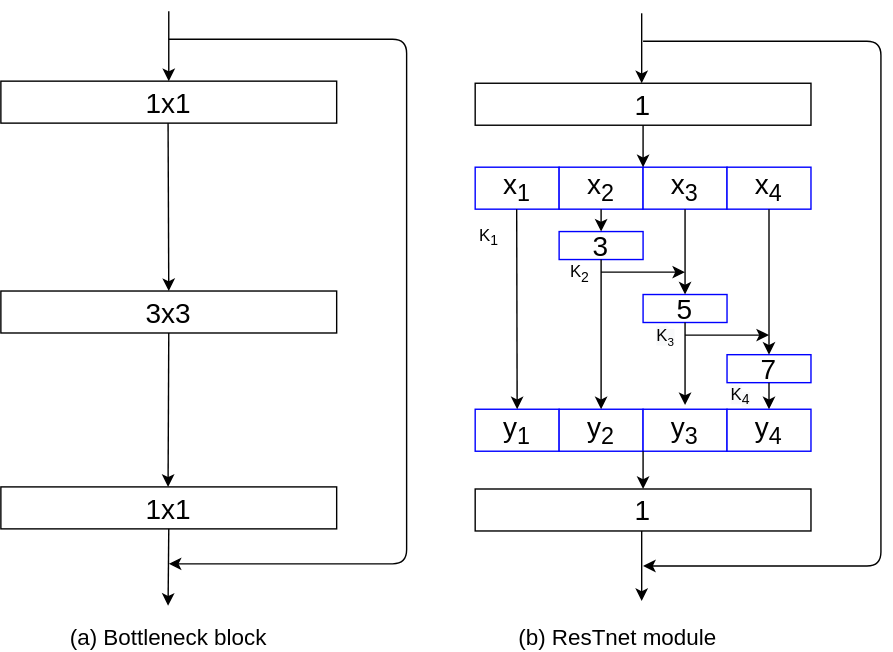
Above: littlepaper/图2 ResTnet结构图.svg in wangxinzhi0/draw.io (draw.io), before the change. Source tidied: cells renumbered, new cells last; positions are measured from the earlier drawing's top-left corner, leaving out a move shared by most shapes.
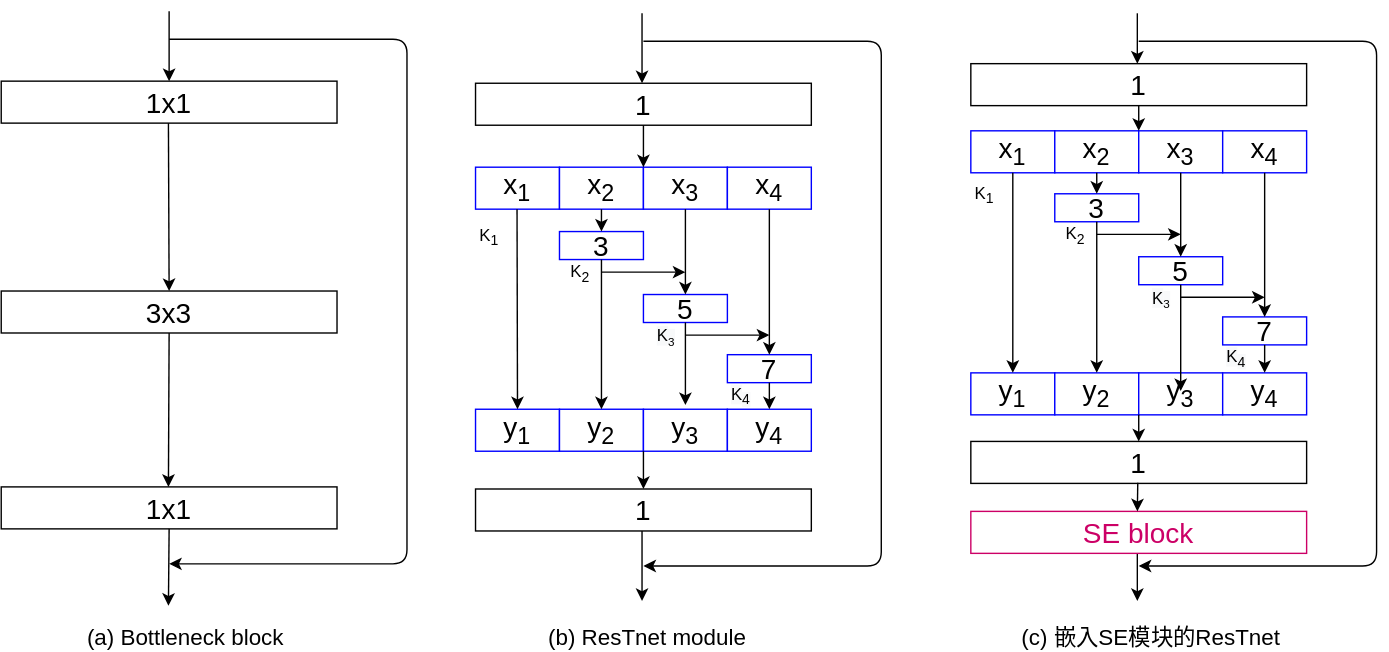
Later version of the same file.

The edit, as a diff of the source:
```diff
@@ -163,10 +163,136 @@
       <mxGeometry x="329" y="152" width="40" height="20" as="geometry" />
     </mxCell>
     <mxCell id="41" value="(a) Bottleneck block" style="text;html=1;strokeColor=none;fillColor=none;align=center;verticalAlign=middle;whiteSpace=wrap;rounded=0;fontSize=16;" parent="1" vertex="1">
-      <mxGeometry x="41" y="438" width="158" height="20" as="geometry" />
+      <mxGeometry x="53" y="438" width="158" height="20" as="geometry" />
     </mxCell>
     <mxCell id="42" value="(b) ResTnet module" style="text;html=1;strokeColor=none;fillColor=none;align=center;verticalAlign=middle;whiteSpace=wrap;rounded=0;fontSize=16;" parent="1" vertex="1">
-      <mxGeometry x="362" y="438" width="158" height="20" as="geometry" />
+      <mxGeometry x="383" y="438" width="158" height="20" as="geometry" />
     </mxCell>
+    <mxCell id="43" value="&lt;font style=&quot;font-size: 20px&quot;&gt;1&lt;/font&gt;" style="rounded=0;whiteSpace=wrap;html=1;" parent="1" vertex="1">
+      <mxGeometry x="693" y="38" width="240" height="30" as="geometry" />
+    </mxCell>
+    <mxCell id="44" value="&lt;font style=&quot;font-size: 20px&quot;&gt;1&lt;/font&gt;" style="rounded=0;whiteSpace=wrap;html=1;" parent="1" vertex="1">
+      <mxGeometry x="693" y="308" width="240" height="30" as="geometry" />
+    </mxCell>
+    <mxCell id="45" value="&lt;span style=&quot;font-size: 20px&quot;&gt;x&lt;sub&gt;1&lt;/sub&gt;&lt;/span&gt;" style="rounded=0;whiteSpace=wrap;html=1;strokeColor=#0000FF;" parent="1" vertex="1">
+      <mxGeometry x="693" y="86" width="60" height="30" as="geometry" />
+    </mxCell>
+    <mxCell id="46" value="&lt;font style=&quot;font-size: 20px&quot;&gt;x&lt;sub&gt;2&lt;/sub&gt;&lt;/font&gt;" style="rounded=0;whiteSpace=wrap;html=1;strokeColor=#0000FF;" parent="1" vertex="1">
+      <mxGeometry x="753" y="86" width="60" height="30" as="geometry" />
+    </mxCell>
+    <mxCell id="47" value="&lt;font style=&quot;font-size: 20px&quot;&gt;x&lt;sub&gt;3&lt;/sub&gt;&lt;/font&gt;" style="rounded=0;whiteSpace=wrap;html=1;strokeColor=#0000FF;" parent="1" vertex="1">
+      <mxGeometry x="813" y="86" width="60" height="30" as="geometry" />
+    </mxCell>
+    <mxCell id="48" value="&lt;font style=&quot;font-size: 20px&quot;&gt;x&lt;sub&gt;4&lt;/sub&gt;&lt;/font&gt;" style="rounded=0;whiteSpace=wrap;html=1;strokeColor=#0000FF;" parent="1" vertex="1">
+      <mxGeometry x="873" y="86" width="60" height="30" as="geometry" />
+    </mxCell>
+    <mxCell id="49" value="&lt;font style=&quot;font-size: 20px&quot;&gt;y&lt;sub&gt;1&lt;/sub&gt;&lt;/font&gt;" style="rounded=0;whiteSpace=wrap;html=1;strokeColor=#0000FF;" parent="1" vertex="1">
+      <mxGeometry x="693" y="259" width="60" height="30" as="geometry" />
+    </mxCell>
+    <mxCell id="50" value="&lt;font style=&quot;font-size: 20px&quot;&gt;y&lt;sub&gt;2&lt;/sub&gt;&lt;/font&gt;" style="rounded=0;whiteSpace=wrap;html=1;strokeColor=#0000FF;" parent="1" vertex="1">
+      <mxGeometry x="753" y="259" width="60" height="30" as="geometry" />
+    </mxCell>
+    <mxCell id="51" value="&lt;font style=&quot;font-size: 20px&quot;&gt;y&lt;sub&gt;3&lt;/sub&gt;&lt;/font&gt;" style="rounded=0;whiteSpace=wrap;html=1;strokeColor=#0000FF;" parent="1" vertex="1">
+      <mxGeometry x="813" y="259" width="60" height="30" as="geometry" />
+    </mxCell>
+    <mxCell id="52" value="&lt;font style=&quot;font-size: 20px&quot;&gt;y&lt;sub&gt;4&lt;/sub&gt;&lt;/font&gt;" style="rounded=0;whiteSpace=wrap;html=1;strokeColor=#0000FF;" parent="1" vertex="1">
+      <mxGeometry x="873" y="259" width="60" height="30" as="geometry" />
+    </mxCell>
+    <mxCell id="53" style="endArrow=classic;html=1;" parent="1" edge="1">
+      <mxGeometry relative="1" as="geometry">
+        <mxPoint x="812" y="2" as="sourcePoint" />
+        <mxPoint x="812" y="38" as="targetPoint" />
+      </mxGeometry>
+    </mxCell>
+    <mxCell id="54" style="endArrow=classic;html=1;" parent="1" edge="1">
+      <mxGeometry relative="1" as="geometry">
+        <mxPoint x="812" y="388" as="sourcePoint" />
+        <mxPoint x="812" y="422" as="targetPoint" />
+      </mxGeometry>
+    </mxCell>
+    <mxCell id="55" style="endArrow=classic;html=1;exitX=0.5;exitY=1;exitDx=0;exitDy=0;entryX=0;entryY=0;entryDx=0;entryDy=0;" parent="1" edge="1" source="43" target="47">
+      <mxGeometry relative="1" as="geometry" />
+    </mxCell>
+    <mxCell id="56" value="&lt;font style=&quot;font-size: 20px&quot;&gt;3&lt;/font&gt;" style="rounded=0;whiteSpace=wrap;html=1;strokeColor=#0000FF;" parent="1" vertex="1">
+      <mxGeometry x="753" y="131" width="60" height="20" as="geometry" />
+    </mxCell>
+    <mxCell id="57" value="&lt;font style=&quot;font-size: 20px&quot;&gt;5&lt;/font&gt;" style="rounded=0;whiteSpace=wrap;html=1;strokeColor=#0000FF;" parent="1" vertex="1">
+      <mxGeometry x="813" y="176" width="60" height="20" as="geometry" />
+    </mxCell>
+    <mxCell id="58" value="&lt;font style=&quot;font-size: 20px&quot;&gt;7&lt;/font&gt;" style="rounded=0;whiteSpace=wrap;html=1;strokeColor=#0000FF;" parent="1" vertex="1">
+      <mxGeometry x="873" y="219" width="60" height="20" as="geometry" />
+    </mxCell>
+    <mxCell id="59" style="endArrow=classic;html=1;exitX=0.5;exitY=1;exitDx=0;exitDy=0;entryX=0.5;entryY=0;entryDx=0;entryDy=0;" parent="1" edge="1" source="46" target="56">
+      <mxGeometry relative="1" as="geometry" />
+    </mxCell>
+    <mxCell id="60" style="endArrow=classic;html=1;exitX=0.5;exitY=1;exitDx=0;exitDy=0;entryX=0.5;entryY=0;entryDx=0;entryDy=0;" parent="1" edge="1" source="47" target="57">
+      <mxGeometry relative="1" as="geometry" />
+    </mxCell>
+    <mxCell id="61" style="endArrow=classic;html=1;exitX=0.5;exitY=1;exitDx=0;exitDy=0;entryX=0.5;entryY=0;entryDx=0;entryDy=0;" parent="1" edge="1" source="48" target="58">
+      <mxGeometry relative="1" as="geometry" />
+    </mxCell>
+    <mxCell id="62" style="endArrow=classic;html=1;exitX=0.5;exitY=1;exitDx=0;exitDy=0;entryX=0.5;entryY=0;entryDx=0;entryDy=0;" parent="1" edge="1" source="56" target="50">
+      <mxGeometry relative="1" as="geometry" />
+    </mxCell>
+    <mxCell id="63" style="endArrow=classic;html=1;exitX=0.5;exitY=1;exitDx=0;exitDy=0;entryX=0.5;entryY=0;entryDx=0;entryDy=0;" parent="1" edge="1" source="45" target="49">
+      <mxGeometry relative="1" as="geometry" />
+    </mxCell>
+    <mxCell id="64" style="endArrow=classic;html=1;exitX=0.5;exitY=1;exitDx=0;exitDy=0;" parent="1" edge="1" source="57">
+      <mxGeometry relative="1" as="geometry">
+        <mxPoint x="843" y="272" as="targetPoint" />
+      </mxGeometry>
+    </mxCell>
+    <mxCell id="65" style="endArrow=classic;html=1;exitX=0.5;exitY=1;exitDx=0;exitDy=0;entryX=0.5;entryY=0;entryDx=0;entryDy=0;" parent="1" edge="1" source="58" target="52">
+      <mxGeometry relative="1" as="geometry" />
+    </mxCell>
+    <mxCell id="66" style="endArrow=classic;html=1;" parent="1" edge="1">
+      <mxGeometry relative="1" as="geometry">
+        <mxPoint x="783" y="160" as="sourcePoint" />
+        <mxPoint x="843" y="160" as="targetPoint" />
+      </mxGeometry>
+    </mxCell>
+    <mxCell id="67" style="endArrow=classic;html=1;" parent="1" edge="1">
+      <mxGeometry relative="1" as="geometry">
+        <mxPoint x="843" y="205" as="sourcePoint" />
+        <mxPoint x="903" y="205" as="targetPoint" />
+      </mxGeometry>
+    </mxCell>
+    <mxCell id="68" style="endArrow=classic;html=1;" parent="1" edge="1">
+      <mxGeometry relative="1" as="geometry">
+        <mxPoint x="813" y="22" as="sourcePoint" />
+        <mxPoint x="813" y="397" as="targetPoint" />
+        <Array as="points">
+          <mxPoint x="983" y="22" />
+          <mxPoint x="983" y="397" />
+        </Array>
+      </mxGeometry>
+    </mxCell>
+    <mxCell id="69" value="K&lt;sub&gt;2&lt;/sub&gt;" style="text;html=1;strokeColor=none;fillColor=none;align=center;verticalAlign=middle;whiteSpace=wrap;rounded=0;" parent="1" vertex="1">
+      <mxGeometry x="748" y="151" width="40" height="20" as="geometry" />
+    </mxCell>
+    <mxCell id="70" value="&lt;span style=&quot;color: rgb(0 , 0 , 0) ; font-family: &amp;#34;helvetica&amp;#34; ; font-size: 12px ; font-style: normal ; font-weight: 400 ; letter-spacing: normal ; text-align: center ; text-indent: 0px ; text-transform: none ; word-spacing: 0px ; background-color: rgb(248 , 249 , 250) ; display: inline ; float: none&quot;&gt;K&lt;/span&gt;&lt;span style=&quot;color: rgb(0 , 0 , 0) ; font-family: &amp;#34;helvetica&amp;#34; ; font-style: normal ; font-weight: 400 ; letter-spacing: normal ; text-align: center ; text-indent: 0px ; text-transform: none ; word-spacing: 0px ; background-color: rgb(248 , 249 , 250) ; display: inline ; float: none ; font-size: 10px&quot;&gt;&lt;sub&gt;3&lt;/sub&gt;&lt;/span&gt;" style="text;whiteSpace=wrap;html=1;" parent="1" vertex="1">
+      <mxGeometry x="821" y="192" width="40" height="30" as="geometry" />
+    </mxCell>
+    <mxCell id="71" value="&lt;span style=&quot;color: rgb(0 , 0 , 0) ; font-family: &amp;#34;helvetica&amp;#34; ; font-size: 12px ; font-style: normal ; font-weight: 400 ; letter-spacing: normal ; text-align: center ; text-indent: 0px ; text-transform: none ; word-spacing: 0px ; background-color: rgb(248 , 249 , 250) ; display: inline ; float: none&quot;&gt;K&lt;/span&gt;&lt;sub style=&quot;color: rgb(0 , 0 , 0) ; font-family: &amp;#34;helvetica&amp;#34; ; font-style: normal ; font-weight: 400 ; letter-spacing: normal ; text-align: center ; text-indent: 0px ; text-transform: none ; word-spacing: 0px ; background-color: rgb(248 , 249 , 250)&quot;&gt;4&lt;/sub&gt;" style="text;whiteSpace=wrap;html=1;" parent="1" vertex="1">
+      <mxGeometry x="874" y="234" width="40" height="30" as="geometry" />
+    </mxCell>
+    <mxCell id="72" value="K&lt;sub&gt;1&lt;/sub&gt;" style="text;html=1;strokeColor=none;fillColor=none;align=center;verticalAlign=middle;whiteSpace=wrap;rounded=0;" parent="1" vertex="1">
+      <mxGeometry x="683" y="122" width="40" height="20" as="geometry" />
+    </mxCell>
+    <mxCell id="73" value="(c) 嵌入SE模块的ResTnet" style="text;html=1;strokeColor=none;fillColor=none;align=center;verticalAlign=middle;whiteSpace=wrap;rounded=0;fontSize=16;" parent="1" vertex="1">
+      <mxGeometry x="709.5" y="438" width="223.5" height="20" as="geometry" />
+    </mxCell>
+    <mxCell id="74" value="&lt;font style=&quot;font-size: 20px&quot;&gt;SE block&lt;/font&gt;" style="rounded=0;whiteSpace=wrap;html=1;strokeColor=#CC0066;fontColor=#CC0066;" parent="1" vertex="1">
+      <mxGeometry x="693" y="358" width="240" height="30" as="geometry" />
+    </mxCell>
+    <mxCell id="75" style="endArrow=classic;html=1;exitX=1;exitY=1;exitDx=0;exitDy=0;entryX=0.5;entryY=0;entryDx=0;entryDy=0;" parent="1" edge="1" source="50" target="44">
+      <mxGeometry relative="1" as="geometry" />
+    </mxCell>
+    <mxCell id="76" style="endArrow=classic;html=1;" parent="1" edge="1">
+      <mxGeometry relative="1" as="geometry">
+        <mxPoint x="812.3" y="337.5" as="sourcePoint" />
+        <mxPoint x="812" y="358" as="targetPoint" />
+      </mxGeometry>
+    </mxCell>
   </root>
 </mxGraphModel>
```
